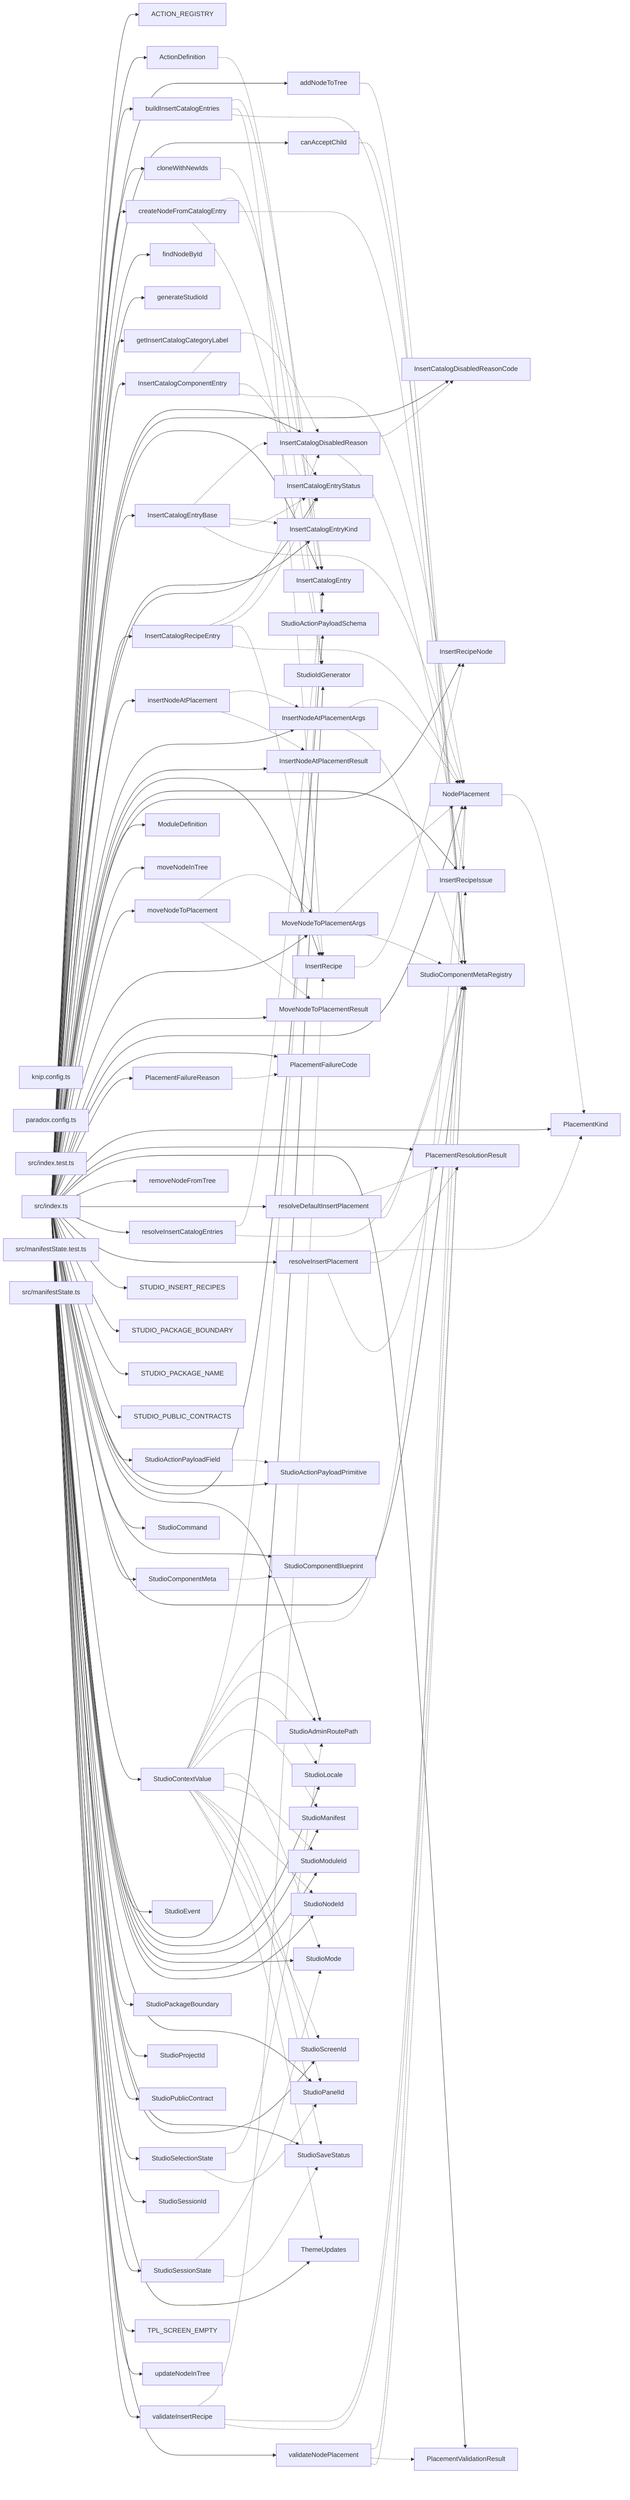
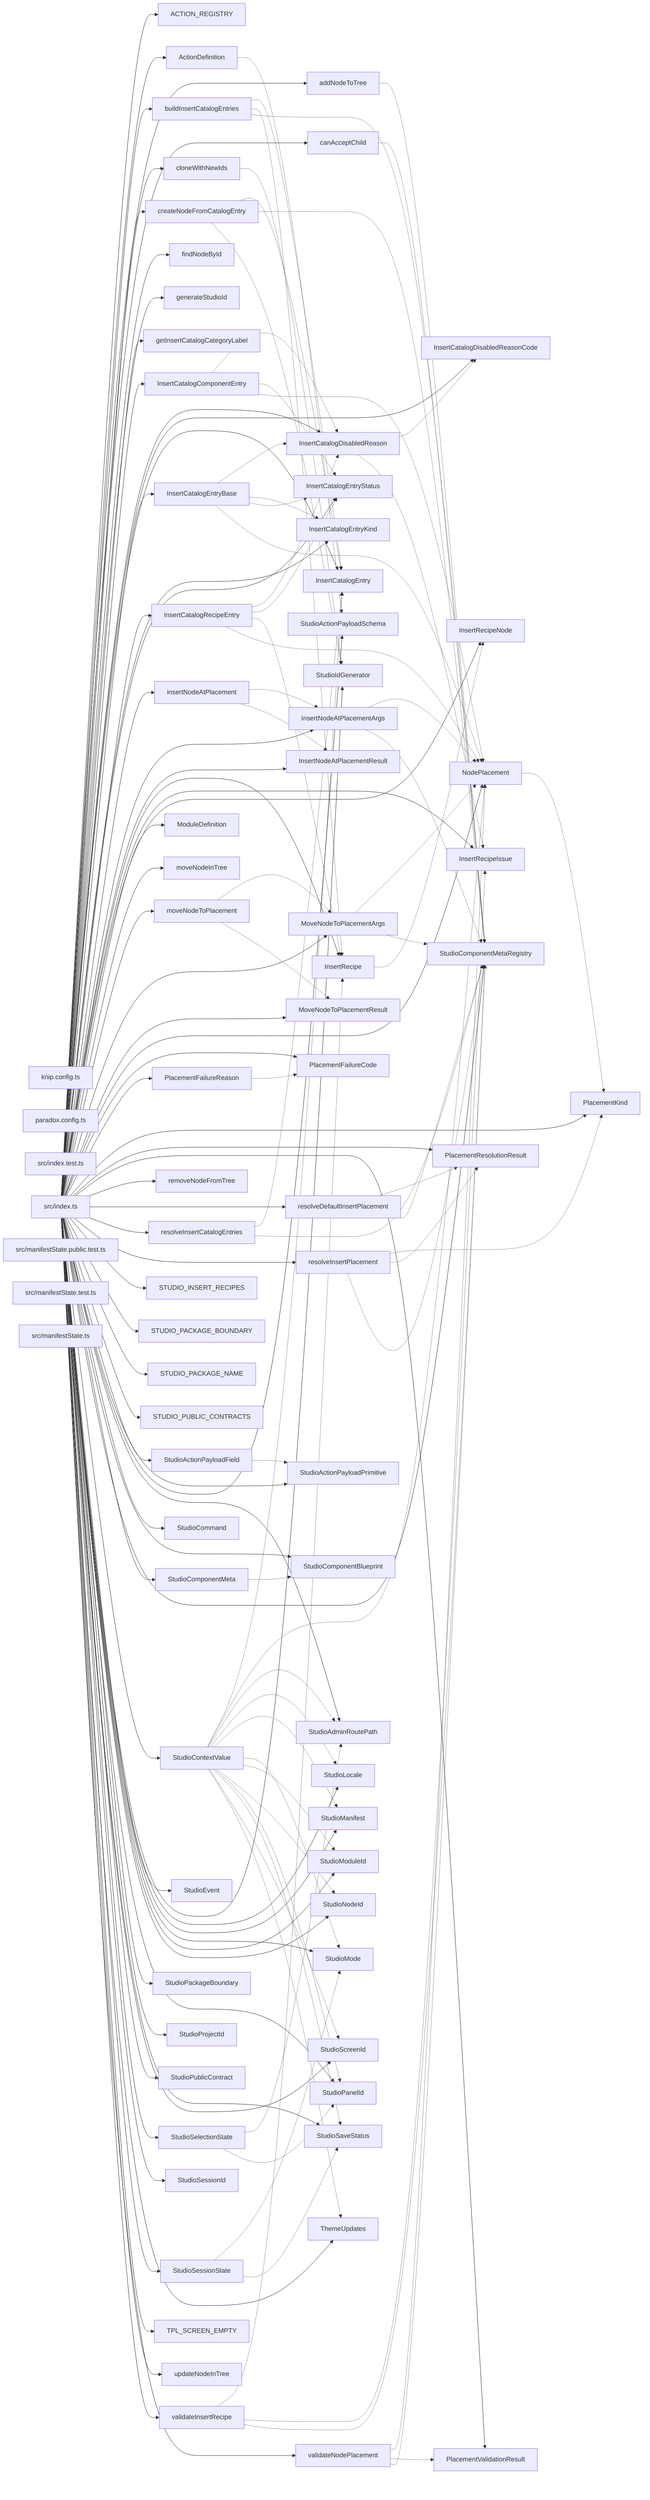
graph LR
  module_knip_config_ts["knip.config.ts"]
  module_paradox_config_ts["paradox.config.ts"]
  module_src_index_test_ts["src/index.test.ts"]
  module_src_index_ts["src/index.ts"]
+   module_src_manifestState_public_test_ts["src/manifestState.public.test.ts"]
  module_src_manifestState_test_ts["src/manifestState.test.ts"]
  module_src_manifestState_ts["src/manifestState.ts"]
  export_ACTION_REGISTRY["ACTION_REGISTRY"]
  module_src_index_ts --> export_ACTION_REGISTRY
  export_ActionDefinition["ActionDefinition"]
  module_src_index_ts --> export_ActionDefinition
  export_ActionDefinition -.-> export_StudioActionPayloadSchema
  export_addNodeToTree["addNodeToTree"]
  module_src_index_ts --> export_addNodeToTree
  export_addNodeToTree -.-> export_StudioComponentMetaRegistry
  export_buildInsertCatalogEntries["buildInsertCatalogEntries"]
  module_src_index_ts --> export_buildInsertCatalogEntries
  export_buildInsertCatalogEntries -.-> export_InsertCatalogEntry
  export_buildInsertCatalogEntries -.-> export_InsertRecipe
  export_buildInsertCatalogEntries -.-> export_StudioComponentMetaRegistry
  export_canAcceptChild["canAcceptChild"]
  module_src_index_ts --> export_canAcceptChild
  export_canAcceptChild -.-> export_StudioComponentMetaRegistry
  export_cloneWithNewIds["cloneWithNewIds"]
  module_src_index_ts --> export_cloneWithNewIds
  export_cloneWithNewIds -.-> export_StudioIdGenerator
  export_createNodeFromCatalogEntry["createNodeFromCatalogEntry"]
  module_src_index_ts --> export_createNodeFromCatalogEntry
  export_createNodeFromCatalogEntry -.-> export_InsertCatalogEntry
  export_createNodeFromCatalogEntry -.-> export_StudioComponentMetaRegistry
  export_createNodeFromCatalogEntry -.-> export_StudioIdGenerator
  export_findNodeById["findNodeById"]
  module_src_index_ts --> export_findNodeById
  export_generateStudioId["generateStudioId"]
  module_src_index_ts --> export_generateStudioId
  export_getInsertCatalogCategoryLabel["getInsertCatalogCategoryLabel"]
  module_src_index_ts --> export_getInsertCatalogCategoryLabel
  export_InsertCatalogComponentEntry["InsertCatalogComponentEntry"]
  module_src_index_ts --> export_InsertCatalogComponentEntry
  export_InsertCatalogComponentEntry -.-> export_InsertCatalogDisabledReason
  export_InsertCatalogComponentEntry -.-> export_InsertCatalogEntryStatus
  export_InsertCatalogComponentEntry -.-> export_NodePlacement
  export_InsertCatalogDisabledReason["InsertCatalogDisabledReason"]
  module_src_index_ts --> export_InsertCatalogDisabledReason
  export_InsertCatalogDisabledReason -.-> export_InsertCatalogDisabledReasonCode
  export_InsertCatalogDisabledReason -.-> export_InsertRecipeIssue
  export_InsertCatalogDisabledReasonCode["InsertCatalogDisabledReasonCode"]
  module_src_index_ts --> export_InsertCatalogDisabledReasonCode
  export_InsertCatalogEntry["InsertCatalogEntry"]
  module_src_index_ts --> export_InsertCatalogEntry
  export_InsertCatalogEntryBase["InsertCatalogEntryBase"]
  module_src_index_ts --> export_InsertCatalogEntryBase
  export_InsertCatalogEntryBase -.-> export_InsertCatalogDisabledReason
  export_InsertCatalogEntryBase -.-> export_InsertCatalogEntryKind
  export_InsertCatalogEntryBase -.-> export_InsertCatalogEntryStatus
  export_InsertCatalogEntryBase -.-> export_NodePlacement
  export_InsertCatalogEntryKind["InsertCatalogEntryKind"]
  module_src_index_ts --> export_InsertCatalogEntryKind
  export_InsertCatalogEntryStatus["InsertCatalogEntryStatus"]
  module_src_index_ts --> export_InsertCatalogEntryStatus
  export_InsertCatalogRecipeEntry["InsertCatalogRecipeEntry"]
  module_src_index_ts --> export_InsertCatalogRecipeEntry
  export_InsertCatalogRecipeEntry -.-> export_InsertCatalogDisabledReason
  export_InsertCatalogRecipeEntry -.-> export_InsertCatalogEntryStatus
  export_InsertCatalogRecipeEntry -.-> export_InsertRecipe
  export_InsertCatalogRecipeEntry -.-> export_NodePlacement
  export_insertNodeAtPlacement["insertNodeAtPlacement"]
  module_src_index_ts --> export_insertNodeAtPlacement
  export_insertNodeAtPlacement -.-> export_InsertNodeAtPlacementArgs
  export_insertNodeAtPlacement -.-> export_InsertNodeAtPlacementResult
  export_InsertNodeAtPlacementArgs["InsertNodeAtPlacementArgs"]
  module_src_index_ts --> export_InsertNodeAtPlacementArgs
  export_InsertNodeAtPlacementArgs -.-> export_NodePlacement
  export_InsertNodeAtPlacementArgs -.-> export_StudioComponentMetaRegistry
  export_InsertNodeAtPlacementResult["InsertNodeAtPlacementResult"]
  module_src_index_ts --> export_InsertNodeAtPlacementResult
  export_InsertRecipe["InsertRecipe"]
  module_src_index_ts --> export_InsertRecipe
  export_InsertRecipe -.-> export_InsertRecipeNode
  export_InsertRecipeIssue["InsertRecipeIssue"]
  module_src_index_ts --> export_InsertRecipeIssue
  export_InsertRecipeNode["InsertRecipeNode"]
  module_src_index_ts --> export_InsertRecipeNode
  export_ModuleDefinition["ModuleDefinition"]
  module_src_index_ts --> export_ModuleDefinition
  export_moveNodeInTree["moveNodeInTree"]
  module_src_index_ts --> export_moveNodeInTree
  export_moveNodeToPlacement["moveNodeToPlacement"]
  module_src_index_ts --> export_moveNodeToPlacement
  export_moveNodeToPlacement -.-> export_MoveNodeToPlacementArgs
  export_moveNodeToPlacement -.-> export_MoveNodeToPlacementResult
  export_MoveNodeToPlacementArgs["MoveNodeToPlacementArgs"]
  module_src_index_ts --> export_MoveNodeToPlacementArgs
  export_MoveNodeToPlacementArgs -.-> export_NodePlacement
  export_MoveNodeToPlacementArgs -.-> export_StudioComponentMetaRegistry
  export_MoveNodeToPlacementResult["MoveNodeToPlacementResult"]
  module_src_index_ts --> export_MoveNodeToPlacementResult
  export_NodePlacement["NodePlacement"]
  module_src_index_ts --> export_NodePlacement
  export_NodePlacement -.-> export_PlacementKind
  export_PlacementFailureCode["PlacementFailureCode"]
  module_src_index_ts --> export_PlacementFailureCode
  export_PlacementFailureReason["PlacementFailureReason"]
  module_src_index_ts --> export_PlacementFailureReason
  export_PlacementFailureReason -.-> export_PlacementFailureCode
  export_PlacementKind["PlacementKind"]
  module_src_index_ts --> export_PlacementKind
  export_PlacementResolutionResult["PlacementResolutionResult"]
  module_src_index_ts --> export_PlacementResolutionResult
  export_PlacementValidationResult["PlacementValidationResult"]
  module_src_index_ts --> export_PlacementValidationResult
  export_removeNodeFromTree["removeNodeFromTree"]
  module_src_index_ts --> export_removeNodeFromTree
  export_resolveDefaultInsertPlacement["resolveDefaultInsertPlacement"]
  module_src_index_ts --> export_resolveDefaultInsertPlacement
  export_resolveDefaultInsertPlacement -.-> export_PlacementResolutionResult
  export_resolveDefaultInsertPlacement -.-> export_StudioComponentMetaRegistry
  export_resolveInsertCatalogEntries["resolveInsertCatalogEntries"]
  module_src_index_ts --> export_resolveInsertCatalogEntries
  export_resolveInsertCatalogEntries -.-> export_InsertCatalogEntry
  export_resolveInsertCatalogEntries -.-> export_StudioComponentMetaRegistry
  export_resolveInsertPlacement["resolveInsertPlacement"]
  module_src_index_ts --> export_resolveInsertPlacement
  export_resolveInsertPlacement -.-> export_PlacementKind
  export_resolveInsertPlacement -.-> export_PlacementResolutionResult
  export_resolveInsertPlacement -.-> export_StudioComponentMetaRegistry
  export_STUDIO_INSERT_RECIPES["STUDIO_INSERT_RECIPES"]
  module_src_index_ts --> export_STUDIO_INSERT_RECIPES
  export_STUDIO_PACKAGE_BOUNDARY["STUDIO_PACKAGE_BOUNDARY"]
  module_src_index_ts --> export_STUDIO_PACKAGE_BOUNDARY
  export_STUDIO_PACKAGE_NAME["STUDIO_PACKAGE_NAME"]
  module_src_index_ts --> export_STUDIO_PACKAGE_NAME
  export_STUDIO_PUBLIC_CONTRACTS["STUDIO_PUBLIC_CONTRACTS"]
  module_src_index_ts --> export_STUDIO_PUBLIC_CONTRACTS
  export_StudioActionPayloadField["StudioActionPayloadField"]
  module_src_index_ts --> export_StudioActionPayloadField
  export_StudioActionPayloadField -.-> export_StudioActionPayloadPrimitive
  export_StudioActionPayloadPrimitive["StudioActionPayloadPrimitive"]
  module_src_index_ts --> export_StudioActionPayloadPrimitive
  export_StudioActionPayloadSchema["StudioActionPayloadSchema"]
  module_src_index_ts --> export_StudioActionPayloadSchema
  export_StudioAdminRoutePath["StudioAdminRoutePath"]
  module_src_index_ts --> export_StudioAdminRoutePath
  export_StudioCommand["StudioCommand"]
  module_src_index_ts --> export_StudioCommand
  export_StudioComponentBlueprint["StudioComponentBlueprint"]
  module_src_index_ts --> export_StudioComponentBlueprint
  export_StudioComponentMeta["StudioComponentMeta"]
  module_src_index_ts --> export_StudioComponentMeta
  export_StudioComponentMeta -.-> export_StudioComponentBlueprint
  export_StudioComponentMetaRegistry["StudioComponentMetaRegistry"]
  module_src_index_ts --> export_StudioComponentMetaRegistry
  export_StudioContextValue["StudioContextValue"]
  module_src_index_ts --> export_StudioContextValue
  export_StudioContextValue -.-> export_InsertCatalogEntry
  export_StudioContextValue -.-> export_NodePlacement
  export_StudioContextValue -.-> export_StudioAdminRoutePath
  export_StudioContextValue -.-> export_StudioLocale
  export_StudioContextValue -.-> export_StudioManifest
  export_StudioContextValue -.-> export_StudioMode
  export_StudioContextValue -.-> export_StudioModuleId
  export_StudioContextValue -.-> export_StudioNodeId
  export_StudioContextValue -.-> export_StudioPanelId
  export_StudioContextValue -.-> export_StudioSaveStatus
  export_StudioContextValue -.-> export_StudioScreenId
  export_StudioContextValue -.-> export_ThemeUpdates
  export_StudioEvent["StudioEvent"]
  module_src_index_ts --> export_StudioEvent
  export_StudioIdGenerator["StudioIdGenerator"]
  module_src_index_ts --> export_StudioIdGenerator
  export_StudioLocale["StudioLocale"]
  module_src_index_ts --> export_StudioLocale
  export_StudioManifest["StudioManifest"]
  module_src_index_ts --> export_StudioManifest
  export_StudioMode["StudioMode"]
  module_src_index_ts --> export_StudioMode
  export_StudioModuleId["StudioModuleId"]
  module_src_index_ts --> export_StudioModuleId
  export_StudioNodeId["StudioNodeId"]
  module_src_index_ts --> export_StudioNodeId
  export_StudioPackageBoundary["StudioPackageBoundary"]
  module_src_index_ts --> export_StudioPackageBoundary
  export_StudioPanelId["StudioPanelId"]
  module_src_index_ts --> export_StudioPanelId
  export_StudioProjectId["StudioProjectId"]
  module_src_index_ts --> export_StudioProjectId
  export_StudioPublicContract["StudioPublicContract"]
  module_src_index_ts --> export_StudioPublicContract
  export_StudioSaveStatus["StudioSaveStatus"]
  module_src_index_ts --> export_StudioSaveStatus
  export_StudioScreenId["StudioScreenId"]
  module_src_index_ts --> export_StudioScreenId
  export_StudioSelectionState["StudioSelectionState"]
  module_src_index_ts --> export_StudioSelectionState
  export_StudioSelectionState -.-> export_StudioAdminRoutePath
  export_StudioSelectionState -.-> export_StudioPanelId
  export_StudioSessionId["StudioSessionId"]
  module_src_index_ts --> export_StudioSessionId
  export_StudioSessionState["StudioSessionState"]
  module_src_index_ts --> export_StudioSessionState
  export_StudioSessionState -.-> export_StudioMode
  export_StudioSessionState -.-> export_StudioSaveStatus
  export_ThemeUpdates["ThemeUpdates"]
  module_src_index_ts --> export_ThemeUpdates
  export_TPL_SCREEN_EMPTY["TPL_SCREEN_EMPTY"]
  module_src_index_ts --> export_TPL_SCREEN_EMPTY
  export_updateNodeInTree["updateNodeInTree"]
  module_src_index_ts --> export_updateNodeInTree
  export_validateInsertRecipe["validateInsertRecipe"]
  module_src_index_ts --> export_validateInsertRecipe
  export_validateInsertRecipe -.-> export_InsertRecipe
  export_validateInsertRecipe -.-> export_InsertRecipeIssue
  export_validateInsertRecipe -.-> export_StudioComponentMetaRegistry
  export_validateNodePlacement["validateNodePlacement"]
  module_src_index_ts --> export_validateNodePlacement
  export_validateNodePlacement -.-> export_NodePlacement
  export_validateNodePlacement -.-> export_PlacementValidationResult
  export_validateNodePlacement -.-> export_StudioComponentMetaRegistry
